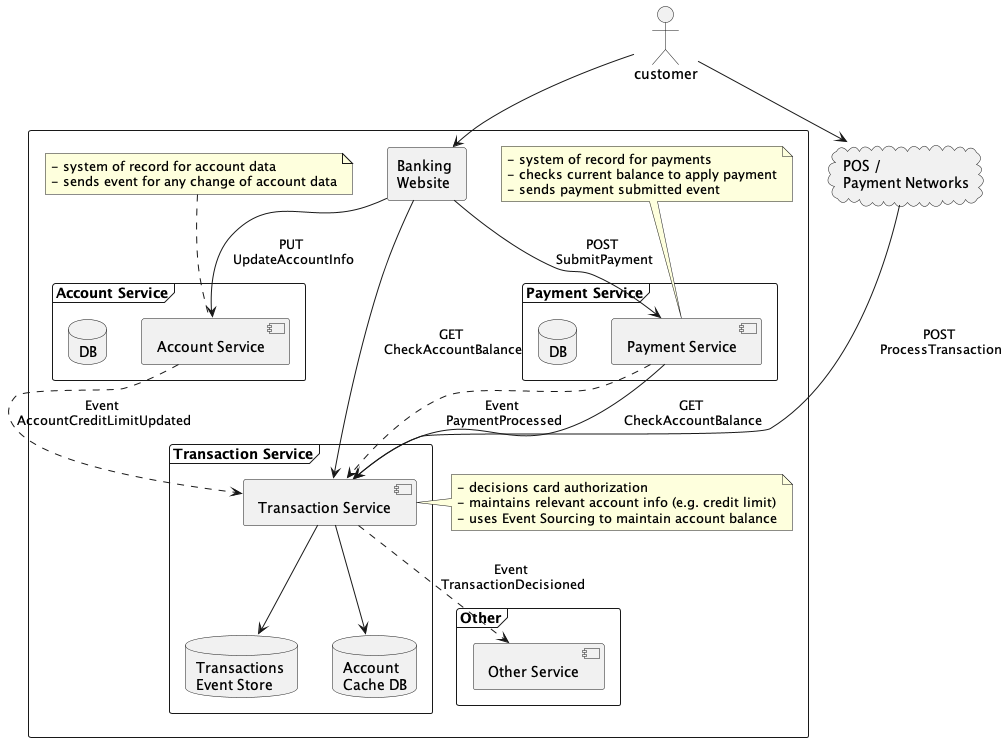
Before: docs/system_diagram.png, a diagram exported from PlantUML (markosski/eventdriven). Its diagram source:
```plantuml
@startuml

rectangle {
    frame "Payment Service" {
        [Payment Service] as payments
        database "DB" as paymentsDb
    }

    frame "Account Service" {
        [Account Service] as accounts
        database "DB" as accountsDb
    }

    frame "Transaction Service" {
        [Transaction Service] as transactions
        database "Transactions \nEvent Store" as es
        database "Account \nCache DB" as accountsCacheDb
    }

    frame "Other" {
        [Other Service] as other
    }

    rectangle "Banking \nWebsite" as website

    payments ..> transactions : "Event \nPaymentProcessed"
    accounts ..> transactions : "Event \nAccountCreditLimitUpdated"
    transactions --> es
    transactions --> accountsCacheDb
    transactions ..> other : "Event \nTransactionDecisioned"
    payments --> transactions : "GET \nCheckAccountBalance"

    note as paymentsNote
        - system of record for payments
        - checks current balance to apply payment
        - sends payment submitted event
    end note

    note as accountsNote
        - system of record for account data
        - sends event for any change of account data
    end note

    note as transactionsNote
        - decisions card authorization
        - maintains relevant account info (e.g. credit limit)
        - uses Event Sourcing to maintain account balance
    end note

    paymentsNote .. payments
    accountsNote .. accounts
    transactionsNote . transactions
}

cloud "POS / \nPayment Networks" as networks
actor customer

customer --> networks
customer --> website
website --> accounts : "PUT \nUpdateAccountInfo"
website --> payments : "POST \nSubmitPayment"
website --> transactions : "GET \nCheckAccountBalance"
networks --> transactions : "POST \nProcessTransaction"

@enduml
```
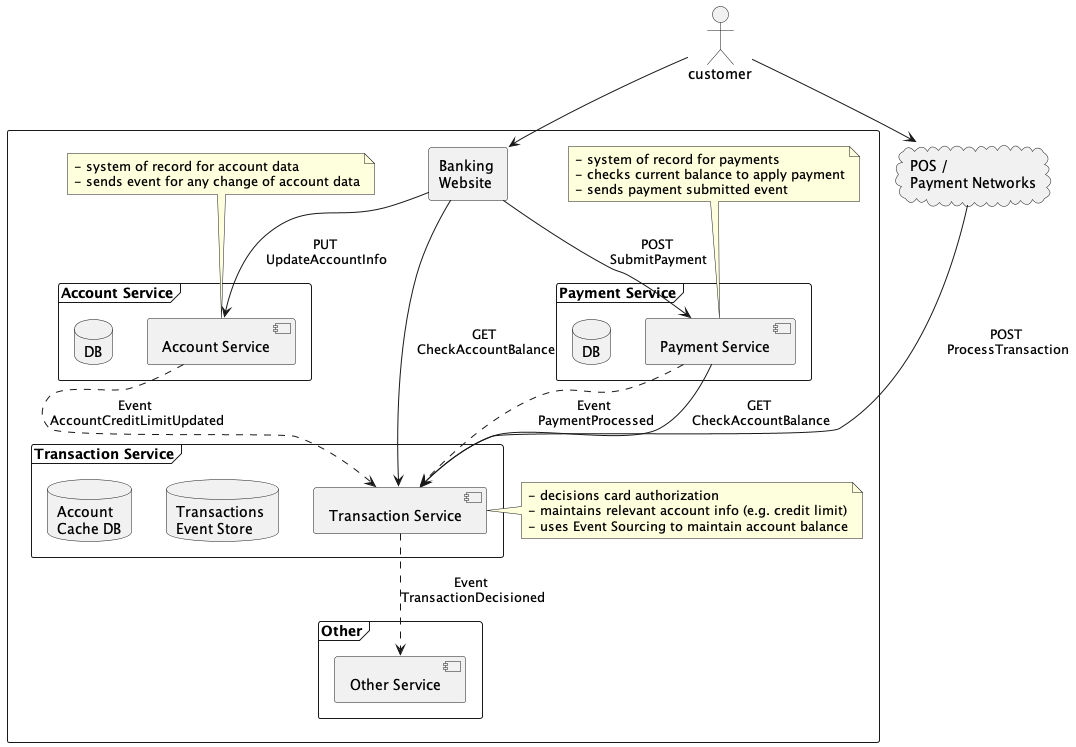
After the commit.

The edit, as a diff of the source:
```diff
@@ -25,8 +25,6 @@
 
     payments ..> transactions : "Event \nPaymentProcessed"
     accounts ..> transactions : "Event \nAccountCreditLimitUpdated"
-    transactions --> es
-    transactions --> accountsCacheDb
     transactions ..> other : "Event \nTransactionDecisioned"
     payments --> transactions : "GET \nCheckAccountBalance"
 
```
